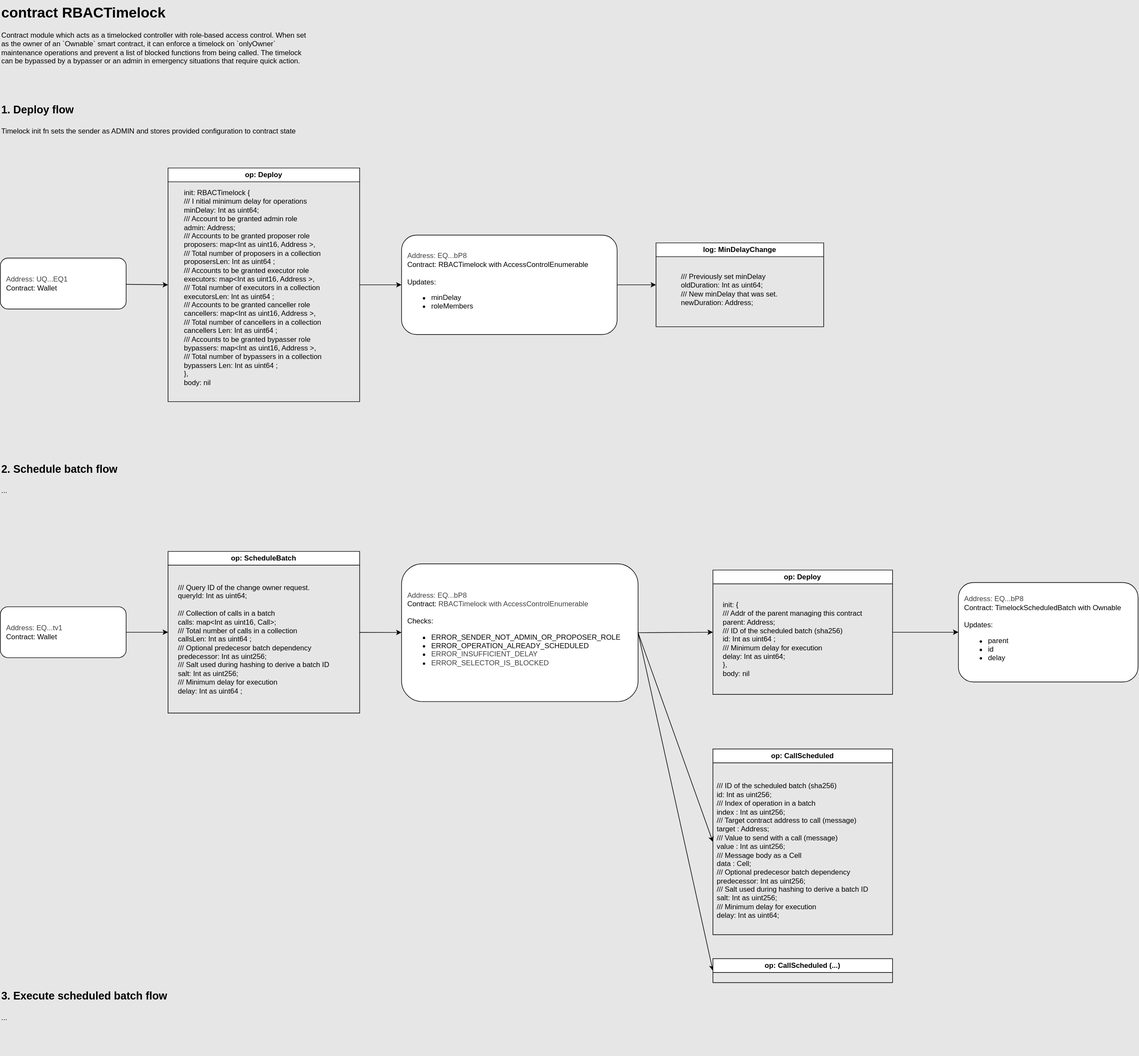
Above: docs/contracts/overview/mcms/rbac_timelock.drawio.svg in smartcontractkit/chainlink-ton (draw.io), before the change. Source tidied: cells renumbered, new cells last; positions are measured from the earlier drawing's top-left corner, leaving out a move shared by most shapes.
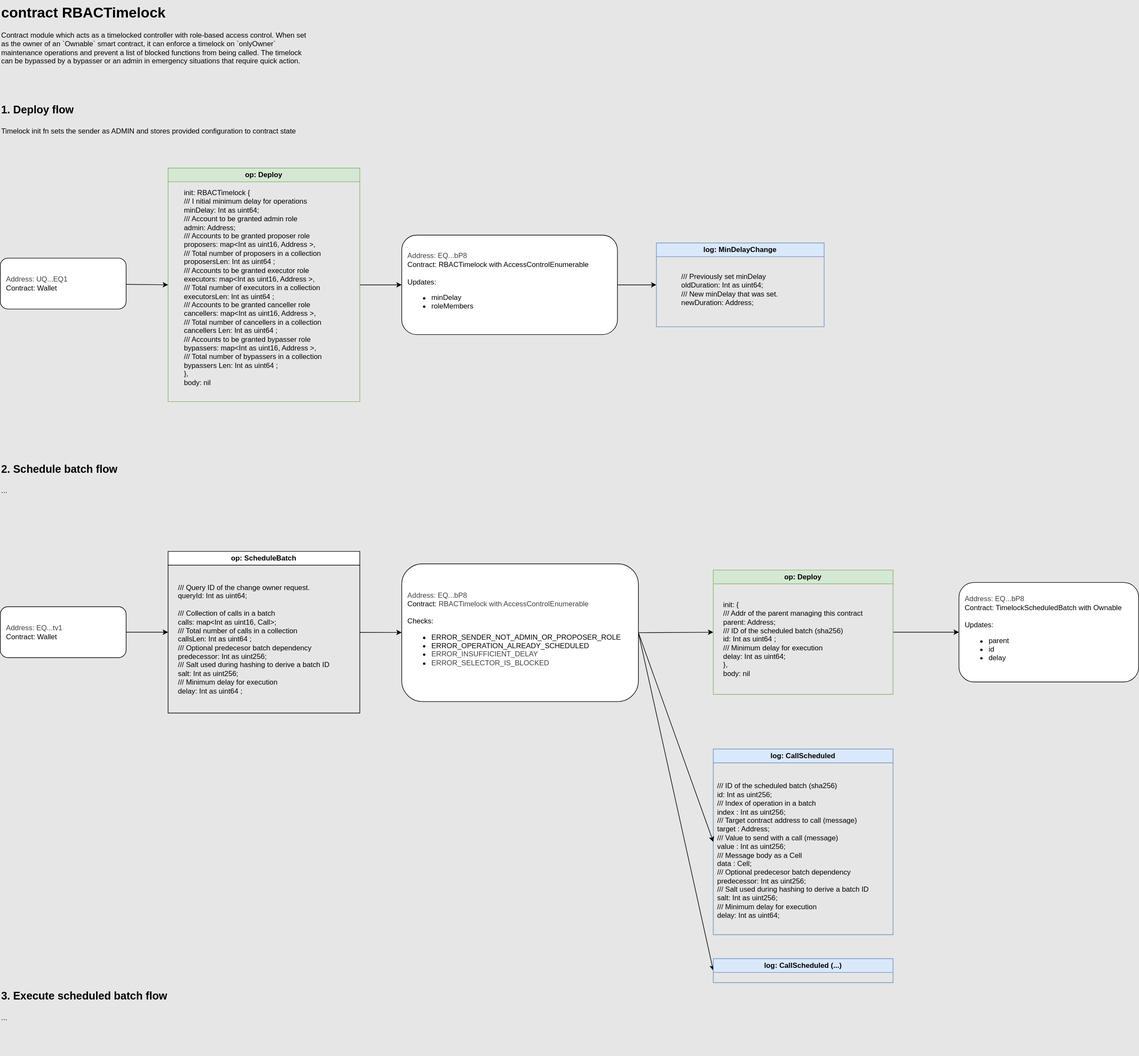
The same diagram one commit later.

Commit message:
Add color to differentiate op, deploy, and log type of messages

What changed in the source:
```diff
@@ -8,13 +8,13 @@
     <mxCell id="3" style="edgeStyle=none;html=1;" parent="1" edge="1" source="4" target="2">
       <mxGeometry relative="1" as="geometry" />
     </mxCell>
-    <mxCell id="4" value="op:&amp;nbsp;Deploy" style="swimlane;whiteSpace=wrap;html=1;" parent="1" vertex="1">
+    <mxCell id="4" value="op:&amp;nbsp;Deploy" style="swimlane;whiteSpace=wrap;html=1;fillColor=#d5e8d4;strokeColor=#82b366;" parent="1" vertex="1">
       <mxGeometry x="280" y="280" width="320" height="390" as="geometry" />
     </mxCell>
     <mxCell id="5" value="&lt;div&gt;&lt;font&gt;init:&amp;nbsp;&lt;/font&gt;&lt;span style=&quot;text-wrap-mode: wrap; background-color: transparent;&quot;&gt;RBACTimelock&amp;nbsp;&lt;/span&gt;&lt;span style=&quot;background-color: transparent;&quot;&gt;{&lt;/span&gt;&lt;/div&gt;&lt;div&gt;&lt;font style=&quot;background-color: transparent;&quot;&gt;&amp;nbsp; &amp;nbsp; &lt;/font&gt;&lt;span style=&quot;background-color: transparent;&quot;&gt;/// I&lt;/span&gt;&lt;span style=&quot;background-color: transparent;&quot;&gt;nitial minimum delay for operations&lt;/span&gt;&lt;/div&gt;&lt;div&gt;&lt;font&gt;&amp;nbsp; &amp;nbsp; minDelay: Int as uint64;&lt;/font&gt;&lt;/div&gt;&lt;div&gt;&lt;font&gt;&amp;nbsp; &amp;nbsp; /// Account to be granted admin role&lt;/font&gt;&lt;/div&gt;&lt;div&gt;&lt;font&gt;&amp;nbsp; &amp;nbsp; admin: Address;&lt;/font&gt;&lt;/div&gt;&lt;div&gt;&lt;font&gt;&amp;nbsp; &amp;nbsp; /// Accounts to be granted proposer role&lt;/font&gt;&lt;/div&gt;&lt;div&gt;&lt;font&gt;&amp;nbsp; &amp;nbsp; proposers: map&amp;lt;Int as uint16,&amp;nbsp;&lt;span style=&quot;&quot;&gt;Address&amp;nbsp;&lt;/span&gt;&amp;gt;,&lt;/font&gt;&lt;/div&gt;&lt;div&gt;&lt;span style=&quot;background-color: transparent;&quot;&gt;&amp;nbsp; &amp;nbsp; /// Total number of proposers in a collection&lt;/span&gt;&lt;/div&gt;&lt;div&gt;&lt;font&gt;&lt;div style=&quot;&quot;&gt;&amp;nbsp; &amp;nbsp; proposersLen:&amp;nbsp;&lt;span style=&quot;&quot;&gt;Int as&amp;nbsp;&lt;/span&gt;&lt;span style=&quot;&quot;&gt;uint64&lt;/span&gt;;&lt;/div&gt;&lt;/font&gt;&lt;/div&gt;&lt;div&gt;&lt;font&gt;&amp;nbsp; &amp;nbsp; /// Accounts to be granted executor role&lt;/font&gt;&lt;/div&gt;&lt;div&gt;&lt;font&gt;&amp;nbsp; &amp;nbsp; executors: map&amp;lt;Int as uint16,&amp;nbsp;&lt;span style=&quot;&quot;&gt;Address&amp;nbsp;&lt;/span&gt;&amp;gt;,&lt;/font&gt;&lt;/div&gt;&lt;div&gt;&lt;font&gt;&lt;div style=&quot;&quot;&gt;&amp;nbsp; &amp;nbsp;&amp;nbsp;&lt;span style=&quot;background-color: transparent;&quot;&gt;/// Total number of executors in a collection&lt;/span&gt;&lt;/div&gt;&lt;div style=&quot;&quot;&gt;&amp;nbsp; &amp;nbsp; executorsLen:&amp;nbsp;&lt;span style=&quot;&quot;&gt;Int as&amp;nbsp;&lt;/span&gt;&lt;span style=&quot;&quot;&gt;uint64&lt;/span&gt;;&lt;/div&gt;&lt;/font&gt;&lt;/div&gt;&lt;div&gt;&lt;font&gt;&amp;nbsp; &amp;nbsp; /// Accounts to be granted canceller role&lt;/font&gt;&lt;/div&gt;&lt;div&gt;&lt;font&gt;&amp;nbsp; &amp;nbsp; cancellers: map&amp;lt;Int as uint16,&amp;nbsp;&lt;span style=&quot;&quot;&gt;Address&amp;nbsp;&lt;/span&gt;&amp;gt;,&lt;/font&gt;&lt;/div&gt;&lt;div&gt;&lt;font&gt;&lt;div style=&quot;&quot;&gt;&amp;nbsp; &amp;nbsp;&amp;nbsp;&lt;span style=&quot;background-color: transparent;&quot;&gt;/// Total number of&amp;nbsp;&lt;/span&gt;&lt;span style=&quot;&quot;&gt;cancellers&lt;/span&gt;&lt;span style=&quot;background-color: transparent;&quot;&gt;&amp;nbsp;in a collection&lt;/span&gt;&lt;/div&gt;&lt;div style=&quot;&quot;&gt;&amp;nbsp; &amp;nbsp;&amp;nbsp;&lt;span style=&quot;&quot;&gt;cancellers&lt;/span&gt;Len:&amp;nbsp;&lt;span style=&quot;&quot;&gt;Int as&amp;nbsp;&lt;/span&gt;&lt;span style=&quot;&quot;&gt;uint64&lt;/span&gt;;&lt;/div&gt;&lt;/font&gt;&lt;/div&gt;&lt;div&gt;&lt;font&gt;&amp;nbsp; &amp;nbsp; /// Accounts to be granted bypasser role&lt;/font&gt;&lt;/div&gt;&lt;div&gt;&lt;font&gt;&amp;nbsp; &amp;nbsp; bypassers: map&amp;lt;Int as uint16,&amp;nbsp;&lt;span style=&quot;&quot;&gt;Address&amp;nbsp;&lt;/span&gt;&amp;gt;,&lt;span style=&quot;&quot;&gt;&lt;/span&gt;&lt;/font&gt;&lt;/div&gt;&lt;div&gt;&lt;font&gt;&lt;div style=&quot;&quot;&gt;&amp;nbsp; &amp;nbsp;&amp;nbsp;&lt;span style=&quot;background-color: transparent;&quot;&gt;/// Total number of&amp;nbsp;&lt;/span&gt;&lt;span style=&quot;&quot;&gt;bypassers&lt;/span&gt;&lt;span style=&quot;background-color: transparent;&quot;&gt;&amp;nbsp;in a collection&lt;/span&gt;&lt;/div&gt;&lt;div style=&quot;&quot;&gt;&amp;nbsp; &amp;nbsp;&amp;nbsp;&lt;span style=&quot;&quot;&gt;bypassers&lt;/span&gt;Len:&amp;nbsp;&lt;span style=&quot;&quot;&gt;Int as&amp;nbsp;&lt;/span&gt;&lt;span style=&quot;&quot;&gt;uint64&lt;/span&gt;;&lt;/div&gt;&lt;/font&gt;&lt;/div&gt;&lt;div&gt;&lt;font&gt;},&lt;/font&gt;&lt;/div&gt;&lt;div&gt;&lt;font&gt;body: nil&lt;/font&gt;&lt;/div&gt;" style="text;html=1;align=left;verticalAlign=middle;strokeColor=none;fillColor=none;fontColor=#000000;" parent="4" vertex="1">
       <mxGeometry x="25" y="30" width="270" height="340" as="geometry" />
     </mxCell>
-    <mxCell id="6" value="log:&amp;nbsp;MinDelayChange" style="swimlane;whiteSpace=wrap;html=1;" parent="1" vertex="1">
+    <mxCell id="6" value="log:&amp;nbsp;MinDelayChange" style="swimlane;whiteSpace=wrap;html=1;fillColor=#dae8fc;strokeColor=#6c8ebf;" parent="1" vertex="1">
       <mxGeometry x="1095" y="405" width="280" height="140" as="geometry" />
     </mxCell>
     <mxCell id="7" value="&lt;div&gt;&lt;font color=&quot;#000000&quot;&gt;&amp;nbsp; &amp;nbsp; /// Previously set minDelay&lt;/font&gt;&lt;/div&gt;&lt;div&gt;&lt;font color=&quot;#000000&quot;&gt;&amp;nbsp; &amp;nbsp; oldDuration: Int as uint64;&lt;/font&gt;&lt;/div&gt;&lt;div&gt;&lt;font color=&quot;#000000&quot;&gt;&amp;nbsp; &amp;nbsp; /// New&amp;nbsp;&lt;span style=&quot;color: rgb(0, 0, 0);&quot;&gt;minDelay&lt;/span&gt;&amp;nbsp;that was set.&lt;/font&gt;&lt;/div&gt;&lt;div&gt;&lt;font color=&quot;#000000&quot;&gt;&amp;nbsp; &amp;nbsp; newDuration: Address;&lt;/font&gt;&lt;/div&gt;" style="text;html=1;align=left;verticalAlign=middle;strokeColor=none;fillColor=none;" parent="6" vertex="1">
@@ -47,7 +47,7 @@
     <mxCell id="16" value="&lt;div&gt;&lt;font&gt;&amp;nbsp; &amp;nbsp; /// Query ID of the change owner request.&lt;/font&gt;&lt;/div&gt;&lt;div&gt;&lt;font&gt;&amp;nbsp; &amp;nbsp; queryId: Int as uint64;&lt;/font&gt;&lt;/div&gt;&lt;div&gt;&lt;font&gt;&lt;br&gt;&lt;/font&gt;&lt;/div&gt;&lt;div&gt;&lt;font&gt;&amp;nbsp; &amp;nbsp;&amp;nbsp;&lt;/font&gt;&lt;span style=&quot;background-color: transparent;&quot;&gt;/// Collection of calls in a batch&lt;/span&gt;&lt;/div&gt;&lt;div&gt;&amp;nbsp; &amp;nbsp; calls: map&amp;lt;Int as uint16, Call&amp;gt;;&lt;/div&gt;&lt;div&gt;&lt;div&gt;&amp;nbsp; &amp;nbsp;&amp;nbsp;&lt;span style=&quot;background-color: transparent;&quot;&gt;/// Total number of calls in a collection&lt;/span&gt;&lt;/div&gt;&lt;div&gt;&amp;nbsp; &amp;nbsp; callsLen:&amp;nbsp;&lt;span style=&quot;&quot;&gt;Int as&amp;nbsp;&lt;/span&gt;&lt;span style=&quot;&quot;&gt;uint64&lt;/span&gt;;&lt;/div&gt;&lt;/div&gt;&lt;div&gt;&lt;div&gt;&lt;font&gt;&amp;nbsp; &amp;nbsp;&amp;nbsp;&lt;/font&gt;&lt;span style=&quot;background-color: transparent;&quot;&gt;/// Optional predecesor batch dependency&lt;/span&gt;&lt;/div&gt;&lt;div&gt;&amp;nbsp; &amp;nbsp; predecessor: Int as uint256;&lt;/div&gt;&lt;/div&gt;&lt;div&gt;&lt;div&gt;&lt;font&gt;&amp;nbsp; &amp;nbsp;&amp;nbsp;&lt;/font&gt;&lt;span style=&quot;background-color: transparent;&quot;&gt;/// Salt used during hashing to derive a batch ID&lt;/span&gt;&lt;/div&gt;&lt;div&gt;&amp;nbsp; &amp;nbsp; salt: Int as uint256;&lt;/div&gt;&lt;/div&gt;&lt;div&gt;&lt;div style=&quot;&quot;&gt;&amp;nbsp; &amp;nbsp;&amp;nbsp;&lt;span style=&quot;background-color: transparent;&quot;&gt;///&amp;nbsp;&lt;/span&gt;&lt;span style=&quot;&quot;&gt;Minimum&lt;/span&gt;&lt;span style=&quot;background-color: transparent;&quot;&gt;&amp;nbsp;delay for execution&lt;/span&gt;&lt;/div&gt;&lt;div style=&quot;&quot;&gt;&amp;nbsp; &amp;nbsp; delay: Int as&amp;nbsp;&lt;span style=&quot;&quot;&gt;uint64&lt;/span&gt;;&lt;/div&gt;&lt;/div&gt;" style="text;html=1;align=left;verticalAlign=middle;strokeColor=none;fillColor=none;fontColor=#000000;" parent="15" vertex="1">
       <mxGeometry x="15" y="47" width="290" height="200" as="geometry" />
     </mxCell>
-    <mxCell id="17" value="op:&amp;nbsp;CallScheduled" style="swimlane;whiteSpace=wrap;html=1;" parent="1" vertex="1">
+    <mxCell id="17" value="log:&amp;nbsp;CallScheduled" style="swimlane;whiteSpace=wrap;html=1;fillColor=#dae8fc;strokeColor=#6c8ebf;" parent="1" vertex="1">
       <mxGeometry x="1190" y="1250" width="300" height="310" as="geometry" />
     </mxCell>
     <mxCell id="18" value="&lt;div&gt;&lt;div&gt;&lt;font style=&quot;background-color: transparent;&quot;&gt;&amp;nbsp; &amp;nbsp;&amp;nbsp;&lt;/font&gt;&lt;span style=&quot;background-color: transparent;&quot;&gt;/// ID of the scheduled batch (sha256)&lt;/span&gt;&lt;/div&gt;&lt;div&gt;&amp;nbsp; &amp;nbsp;&amp;nbsp;&lt;span style=&quot;background-color: transparent;&quot;&gt;id: Int as uint256;&lt;/span&gt;&lt;/div&gt;&lt;/div&gt;&lt;div&gt;&lt;span style=&quot;background-color: transparent;&quot;&gt;&lt;div style=&quot;&quot;&gt;&lt;font style=&quot;background-color: transparent;&quot;&gt;&amp;nbsp; &amp;nbsp;&amp;nbsp;&lt;/font&gt;&lt;span style=&quot;background-color: transparent;&quot;&gt;/// Index of operation in a batch&lt;/span&gt;&lt;/div&gt;&lt;div style=&quot;&quot;&gt;&amp;nbsp; &amp;nbsp; index&lt;span style=&quot;background-color: transparent;&quot;&gt;: Int as uint256;&lt;/span&gt;&lt;/div&gt;&lt;div style=&quot;&quot;&gt;&lt;span style=&quot;background-color: transparent;&quot;&gt;&lt;div style=&quot;&quot;&gt;&lt;div style=&quot;&quot;&gt;&lt;font style=&quot;background-color: transparent;&quot;&gt;&amp;nbsp;&amp;nbsp;&amp;nbsp;&lt;/font&gt;&lt;span style=&quot;background-color: transparent;&quot;&gt;&amp;nbsp;&lt;/span&gt;&lt;span style=&quot;background-color: transparent;&quot;&gt;/// Target contract address to call (message)&lt;/span&gt;&lt;/div&gt;&lt;div style=&quot;&quot;&gt;&amp;nbsp; &amp;nbsp; target&lt;span style=&quot;background-color: transparent;&quot;&gt;: Address;&lt;/span&gt;&lt;/div&gt;&lt;/div&gt;&lt;div style=&quot;&quot;&gt;&lt;span style=&quot;background-color: transparent;&quot;&gt;&lt;div style=&quot;&quot;&gt;&lt;span style=&quot;background-color: transparent;&quot;&gt;&amp;nbsp; &amp;nbsp; /// Value to send with a call (message)&lt;/span&gt;&lt;/div&gt;&lt;div style=&quot;&quot;&gt;&amp;nbsp; &amp;nbsp; value&lt;span style=&quot;background-color: transparent;&quot;&gt;: Int as uint256;&lt;/span&gt;&lt;/div&gt;&lt;div style=&quot;&quot;&gt;&lt;span style=&quot;background-color: transparent;&quot;&gt;&lt;div style=&quot;&quot;&gt;&lt;span style=&quot;background-color: transparent;&quot;&gt;&amp;nbsp; &amp;nbsp; /// Message body as a Cell&lt;/span&gt;&lt;/div&gt;&lt;div style=&quot;&quot;&gt;&amp;nbsp; &amp;nbsp; data&lt;span style=&quot;background-color: transparent;&quot;&gt;: Cell;&lt;/span&gt;&lt;/div&gt;&lt;div style=&quot;&quot;&gt;&lt;span style=&quot;background-color: transparent;&quot;&gt;&lt;div&gt;&lt;div&gt;&amp;nbsp; &amp;nbsp;&amp;nbsp;&lt;span style=&quot;background-color: transparent;&quot;&gt;/// Optional predecesor batch dependency&lt;/span&gt;&lt;/div&gt;&lt;div&gt;&amp;nbsp; &amp;nbsp; predecessor: Int as uint256;&lt;/div&gt;&lt;/div&gt;&lt;div&gt;&lt;div&gt;&amp;nbsp; &amp;nbsp;&amp;nbsp;&lt;span style=&quot;background-color: transparent;&quot;&gt;/// Salt used during hashing to derive a batch ID&lt;/span&gt;&lt;/div&gt;&lt;div&gt;&amp;nbsp; &amp;nbsp; salt: Int as uint256;&lt;/div&gt;&lt;/div&gt;&lt;/span&gt;&lt;/div&gt;&lt;/span&gt;&lt;/div&gt;&lt;/span&gt;&lt;/div&gt;&lt;div style=&quot;&quot;&gt;&lt;/div&gt;&lt;/span&gt;&lt;/div&gt;&lt;/span&gt;&lt;/div&gt;&lt;div&gt;&lt;font style=&quot;background-color: transparent;&quot;&gt;&amp;nbsp; &amp;nbsp;&amp;nbsp;&lt;/font&gt;&lt;span style=&quot;background-color: transparent;&quot;&gt;/// Minimum&lt;/span&gt;&lt;span style=&quot;background-color: transparent;&quot;&gt;&amp;nbsp;delay for execution&lt;/span&gt;&lt;/div&gt;&lt;div&gt;&amp;nbsp; &amp;nbsp; delay: Int as uint64;&lt;/div&gt;" style="text;html=1;align=left;verticalAlign=middle;strokeColor=none;fillColor=none;fontColor=default;" parent="17" vertex="1">
@@ -65,7 +65,7 @@
     <mxCell id="22" value="&lt;h1 style=&quot;margin-top: 0px;&quot;&gt;contract RBACTimelock&lt;/h1&gt;&lt;p&gt;Contract module which acts as a timelocked controller with role-based&lt;span style=&quot;background-color: transparent;&quot;&gt;&amp;nbsp;access control. When set as the owner of an `Ownable` smart contract, it&amp;nbsp;&lt;/span&gt;&lt;span style=&quot;background-color: transparent;&quot;&gt;can enforce a timelock on `onlyOwner` maintenance operations and prevent&amp;nbsp;&lt;/span&gt;&lt;span style=&quot;background-color: transparent;&quot;&gt;a list of blocked functions from being called. The timelock can be bypassed&amp;nbsp;&lt;/span&gt;&lt;span style=&quot;background-color: transparent;&quot;&gt;by a bypasser or an admin in emergency situations that require quick action.&lt;/span&gt;&lt;/p&gt;" style="text;html=1;whiteSpace=wrap;overflow=hidden;rounded=0;" parent="1" vertex="1">
       <mxGeometry width="515" height="120" as="geometry" />
     </mxCell>
-    <mxCell id="23" value="op:&amp;nbsp;CallScheduled (...)" style="swimlane;whiteSpace=wrap;html=1;" parent="1" vertex="1">
+    <mxCell id="23" value="log:&amp;nbsp;CallScheduled (...)" style="swimlane;whiteSpace=wrap;html=1;fillColor=#dae8fc;strokeColor=#6c8ebf;" parent="1" vertex="1">
       <mxGeometry x="1190" y="1600" width="300" height="40" as="geometry" />
     </mxCell>
     <mxCell id="24" value="&lt;div&gt;&lt;span style=&quot;color: rgb(63, 63, 63);&quot;&gt;Address: EQ...bP8&lt;/span&gt;&lt;/div&gt;&lt;div&gt;Contract: TimelockScheduledBatch with Ownable&lt;/div&gt;&lt;div&gt;&lt;br&gt;&lt;/div&gt;&lt;div&gt;Updates:&lt;/div&gt;&lt;div&gt;&lt;ul&gt;&lt;li&gt;&lt;span style=&quot;background-color: transparent;&quot;&gt;parent&lt;/span&gt;&lt;/li&gt;&lt;li&gt;id&lt;/li&gt;&lt;li&gt;delay&lt;/li&gt;&lt;/ul&gt;&lt;/div&gt;" style="rounded=1;whiteSpace=wrap;html=1;align=left;labelPosition=center;verticalLabelPosition=middle;verticalAlign=middle;horizontal=1;spacing=10;" parent="1" vertex="1">
@@ -74,7 +74,7 @@
     <mxCell id="25" style="edgeStyle=none;html=1;" parent="1" edge="1" source="26" target="24">
       <mxGeometry relative="1" as="geometry" />
     </mxCell>
-    <mxCell id="26" value="op:&amp;nbsp;Deploy" style="swimlane;whiteSpace=wrap;html=1;" parent="1" vertex="1">
+    <mxCell id="26" value="op:&amp;nbsp;Deploy" style="swimlane;whiteSpace=wrap;html=1;fillColor=#d5e8d4;strokeColor=#82b366;" parent="1" vertex="1">
       <mxGeometry x="1190" y="951.2" width="300" height="207.5" as="geometry" />
     </mxCell>
     <mxCell id="27" value="&lt;div&gt;&lt;font&gt;init: {&lt;/font&gt;&lt;/div&gt;&lt;div&gt;&lt;span style=&quot;background-color: transparent;&quot;&gt;&amp;nbsp; &amp;nbsp; /// Addr of the parent managing this contract&lt;/span&gt;&lt;/div&gt;&lt;div&gt;&lt;font&gt;&lt;div style=&quot;&quot;&gt;&amp;nbsp; &amp;nbsp;&amp;nbsp;&lt;span style=&quot;background-color: transparent;&quot;&gt;parent: Address;&lt;/span&gt;&lt;/div&gt;&lt;/font&gt;&lt;/div&gt;&lt;div&gt;&lt;font&gt;&lt;div&gt;&lt;font style=&quot;background-color: transparent;&quot;&gt;&amp;nbsp; &amp;nbsp;&amp;nbsp;&lt;/font&gt;&lt;span style=&quot;background-color: transparent;&quot;&gt;/// ID of the scheduled batch (sha256)&lt;/span&gt;&lt;/div&gt;&lt;div&gt;&amp;nbsp; &amp;nbsp;&amp;nbsp;&lt;span style=&quot;background-color: transparent;&quot;&gt;id: Int as&amp;nbsp;&lt;span style=&quot;&quot;&gt;uint64&lt;/span&gt;;&lt;/span&gt;&lt;/div&gt;&lt;/font&gt;&lt;/div&gt;&lt;div&gt;&lt;font style=&quot;background-color: transparent;&quot;&gt;&amp;nbsp; &amp;nbsp;&amp;nbsp;&lt;/font&gt;&lt;span style=&quot;background-color: transparent;&quot;&gt;///&amp;nbsp;&lt;/span&gt;&lt;span style=&quot;background-color: transparent;&quot;&gt;&lt;span style=&quot;&quot;&gt;Minimum&lt;/span&gt;&amp;nbsp;delay for execution&lt;/span&gt;&lt;/div&gt;&lt;div&gt;&lt;font&gt;&amp;nbsp; &amp;nbsp; delay: Int as uint64;&lt;/font&gt;&lt;/div&gt;&lt;div&gt;&lt;font&gt;},&lt;/font&gt;&lt;/div&gt;&lt;div&gt;&lt;font&gt;body: nil&lt;/font&gt;&lt;/div&gt;" style="text;html=1;align=left;verticalAlign=middle;strokeColor=none;fillColor=none;fontColor=#000000;" parent="26" vertex="1">
```
